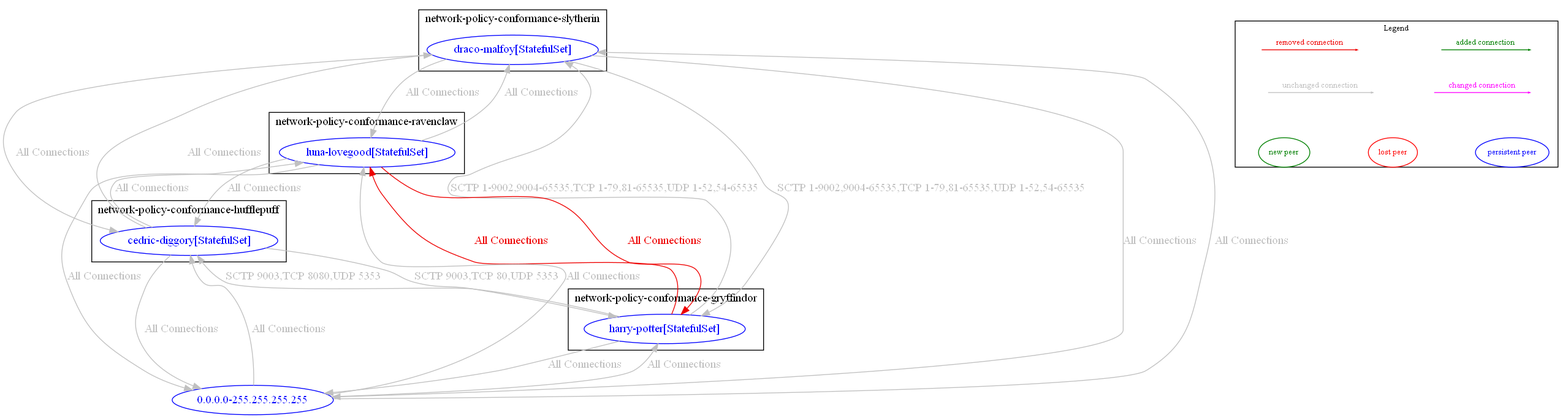
The Graphviz diagram test_outputs/diff/diff_between_banp_test_core_gress_swapping_rules_and_banp_test_core_gress_rules.dot.png in np-guard/netpol-analyzer, before a commit. Its source is kept beside it as test_outputs/diff/diff_between_banp_test_core_gress_swapping_rules_and_banp_test_core_gress_rules.dot.
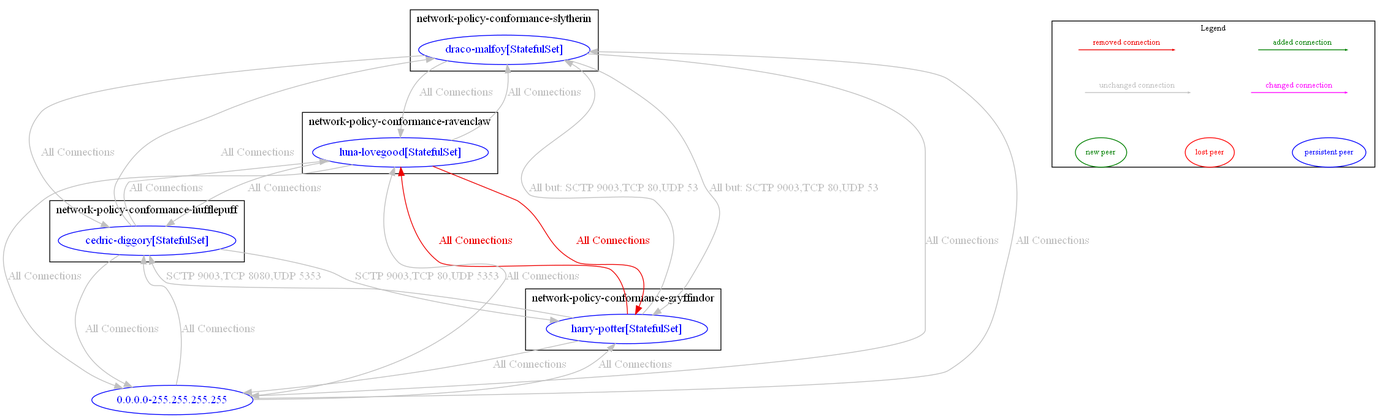
After the change.

Change to the diagram source:
```diff
@@ -31,7 +31,7 @@
 	"network-policy-conformance-gryffindor/harry-potter[StatefulSet]" -> "0.0.0.0-255.255.255.255" [label="All Connections" color="grey" fontcolor="grey" weight=1]
 	"network-policy-conformance-gryffindor/harry-potter[StatefulSet]" -> "network-policy-conformance-hufflepuff/cedric-diggory[StatefulSet]" [label="SCTP 9003,TCP 8080,UDP 5353" color="grey" fontcolor="grey" weight=0.5]
 	"network-policy-conformance-gryffindor/harry-potter[StatefulSet]" -> "network-policy-conformance-ravenclaw/luna-lovegood[StatefulSet]" [label="All Connections" color="red2" fontcolor="red2" weight=0.5]
-	"network-policy-conformance-gryffindor/harry-potter[StatefulSet]" -> "network-policy-conformance-slytherin/draco-malfoy[StatefulSet]" [label="SCTP 1-9002,9004-65535,TCP 1-79,81-65535,UDP 1-52,54-65535" color="grey" fontcolor="grey" weight=0.5]
+	"network-policy-conformance-gryffindor/harry-potter[StatefulSet]" -> "network-policy-conformance-slytherin/draco-malfoy[StatefulSet]" [label="All but: SCTP 9003,TCP 80,UDP 53" color="grey" fontcolor="grey" weight=0.5]
 	"network-policy-conformance-hufflepuff/cedric-diggory[StatefulSet]" -> "0.0.0.0-255.255.255.255" [label="All Connections" color="grey" fontcolor="grey" weight=1]
 	"network-policy-conformance-hufflepuff/cedric-diggory[StatefulSet]" -> "network-policy-conformance-gryffindor/harry-potter[StatefulSet]" [label="SCTP 9003,TCP 80,UDP 5353" color="grey" fontcolor="grey" weight=1]
 	"network-policy-conformance-hufflepuff/cedric-diggory[StatefulSet]" -> "network-policy-conformance-ravenclaw/luna-lovegood[StatefulSet]" [label="All Connections" color="grey" fontcolor="grey" weight=0.5]
@@ -41,7 +41,7 @@
 	"network-policy-conformance-ravenclaw/luna-lovegood[StatefulSet]" -> "network-policy-conformance-hufflepuff/cedric-diggory[StatefulSet]" [label="All Connections" color="grey" fontcolor="grey" weight=1]
 	"network-policy-conformance-ravenclaw/luna-lovegood[StatefulSet]" -> "network-policy-conformance-slytherin/draco-malfoy[StatefulSet]" [label="All Connections" color="grey" fontcolor="grey" weight=0.5]
 	"network-policy-conformance-slytherin/draco-malfoy[StatefulSet]" -> "0.0.0.0-255.255.255.255" [label="All Connections" color="grey" fontcolor="grey" weight=1]
-	"network-policy-conformance-slytherin/draco-malfoy[StatefulSet]" -> "network-policy-conformance-gryffindor/harry-potter[StatefulSet]" [label="SCTP 1-9002,9004-65535,TCP 1-79,81-65535,UDP 1-52,54-65535" color="grey" fontcolor="grey" weight=1]
+	"network-policy-conformance-slytherin/draco-malfoy[StatefulSet]" -> "network-policy-conformance-gryffindor/harry-potter[StatefulSet]" [label="All but: SCTP 9003,TCP 80,UDP 53" color="grey" fontcolor="grey" weight=1]
 	"network-policy-conformance-slytherin/draco-malfoy[StatefulSet]" -> "network-policy-conformance-hufflepuff/cedric-diggory[StatefulSet]" [label="All Connections" color="grey" fontcolor="grey" weight=1]
 	"network-policy-conformance-slytherin/draco-malfoy[StatefulSet]" -> "network-policy-conformance-ravenclaw/luna-lovegood[StatefulSet]" [label="All Connections" color="grey" fontcolor="grey" weight=1]
 	nodesep=0.5
```
